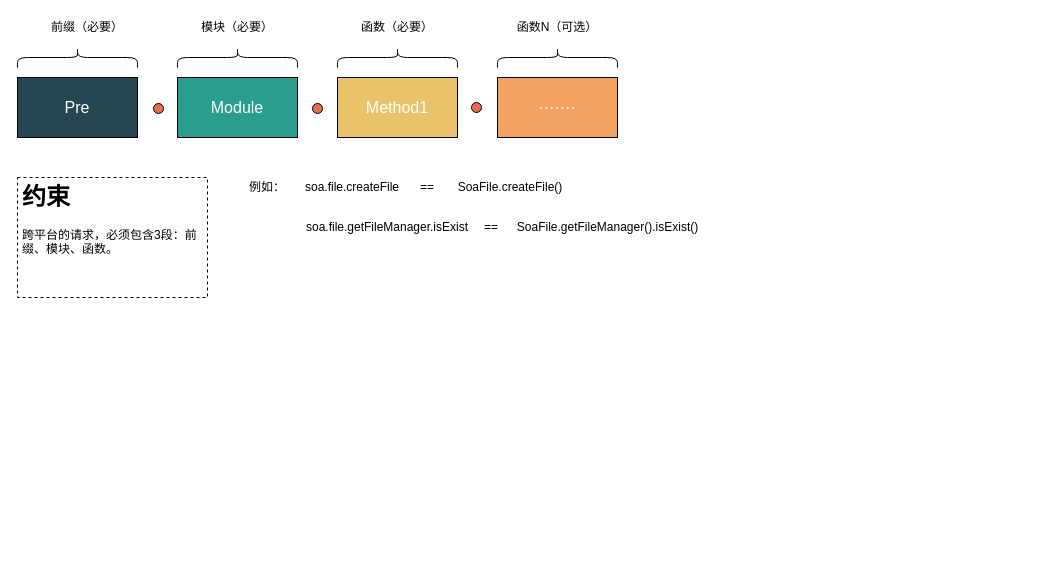
Above: page "第 2 页" (2 of 2) of 未命名绘图.drawio in Dcell/drawio (draw.io), before the change. Source tidied: cells renumbered, new cells numbered last; positions are measured from the earlier drawing's top-left corner, leaving out a move shared by most shapes. Both pictures are drawn from the tidied source at 100%, with x=0, y=0 at pixel (17, 17).
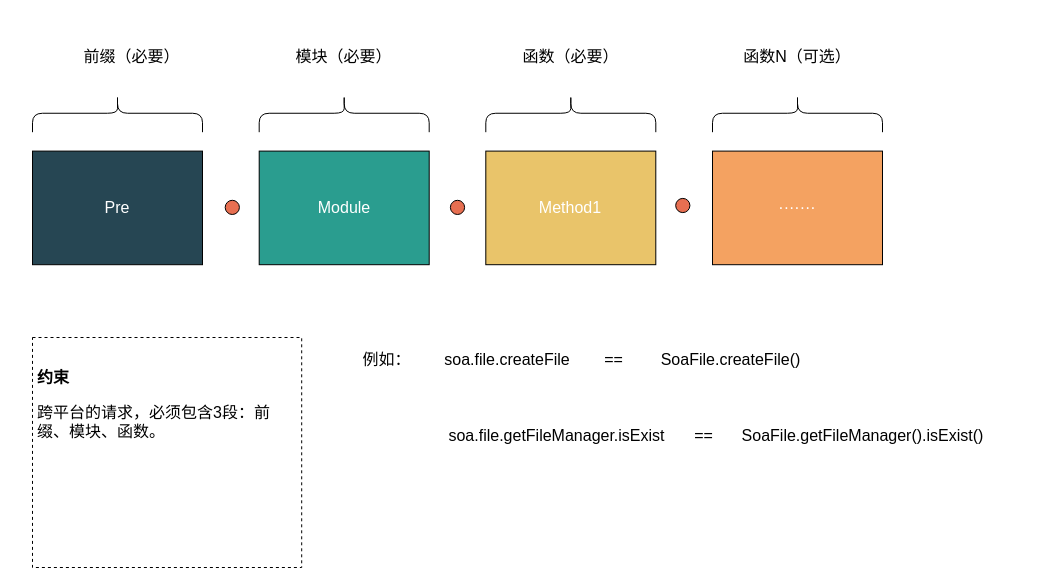
The same diagram, later.

The edit, as a diff of the source:
```diff
@@
+    <mxCell id="25" style="group;fontSize=16;" parent="1" vertex="1">
+      <mxGeometry x="15" y="20" width="990" height="530" as="geometry" />
+    </mxCell>
-    <mxCell id="2" value="&lt;font style=&quot;font-size: 16px&quot;&gt;Pre&lt;/font&gt;" style="text;html=1;align=center;verticalAlign=middle;whiteSpace=wrap;rounded=0;strokeColor=#000000;fillColor=#264653;fontColor=#FFFFFF;" parent="1" vertex="1">
-      <mxGeometry y="60" width="120" height="60" as="geometry" />
+    <mxCell id="2" value="&lt;font style=&quot;font-size: 16px&quot;&gt;Pre&lt;/font&gt;" style="text;html=1;align=center;verticalAlign=middle;whiteSpace=wrap;rounded=0;strokeColor=#000000;fillColor=#264653;fontColor=#FFFFFF;fontSize=16;" parent="25" vertex="1">
+      <mxGeometry y="113.6" width="170" height="113.6" as="geometry" />
     </mxCell>
-    <mxCell id="3" value="&lt;font style=&quot;font-size: 16px&quot;&gt;Module&lt;/font&gt;" style="text;html=1;align=center;verticalAlign=middle;whiteSpace=wrap;rounded=0;strokeColor=#000000;fillColor=#2A9D8F;fontColor=#FFFFFF;" parent="1" vertex="1">
-      <mxGeometry x="160" y="60" width="120" height="60" as="geometry" />
+    <mxCell id="3" value="&lt;font style=&quot;font-size: 16px&quot;&gt;Module&lt;/font&gt;" style="text;html=1;align=center;verticalAlign=middle;whiteSpace=wrap;rounded=0;strokeColor=#000000;fillColor=#2A9D8F;fontColor=#FFFFFF;fontSize=16;" parent="25" vertex="1">
+      <mxGeometry x="226.7" y="113.6" width="170" height="113.6" as="geometry" />
     </mxCell>
-    <mxCell id="4" value="&lt;font style=&quot;font-size: 16px&quot;&gt;Method1&lt;/font&gt;" style="text;html=1;align=center;verticalAlign=middle;whiteSpace=wrap;rounded=0;strokeColor=#000000;fillColor=#E9C46A;fontColor=#FFFFFF;" parent="1" vertex="1">
-      <mxGeometry x="320" y="60" width="120" height="60" as="geometry" />
+    <mxCell id="4" value="&lt;font style=&quot;font-size: 16px&quot;&gt;Method1&lt;/font&gt;" style="text;html=1;align=center;verticalAlign=middle;whiteSpace=wrap;rounded=0;strokeColor=#000000;fillColor=#E9C46A;fontColor=#FFFFFF;fontSize=16;" parent="25" vertex="1">
+      <mxGeometry x="453.3" y="113.6" width="170" height="113.6" as="geometry" />
     </mxCell>
-    <mxCell id="5" value="&lt;font style=&quot;font-size: 16px&quot;&gt;·······&lt;/font&gt;" style="text;html=1;align=center;verticalAlign=middle;whiteSpace=wrap;rounded=0;strokeColor=#000000;fillColor=#F4A261;fontColor=#FFFFFF;" parent="1" vertex="1">
-      <mxGeometry x="480" y="60" width="120" height="60" as="geometry" />
+    <mxCell id="5" value="&lt;font style=&quot;font-size: 16px&quot;&gt;·······&lt;/font&gt;" style="text;html=1;align=center;verticalAlign=middle;whiteSpace=wrap;rounded=0;strokeColor=#000000;fillColor=#F4A261;fontColor=#FFFFFF;fontSize=16;" parent="25" vertex="1">
+      <mxGeometry x="680" y="113.6" width="170" height="113.6" as="geometry" />
     </mxCell>
-    <mxCell id="6" style="ellipse;whiteSpace=wrap;html=1;fontColor=#FFFFFF;strokeColor=#000000;fillColor=#E76F51;" parent="1" vertex="1">
-      <mxGeometry x="136" y="86" width="10" height="10" as="geometry" />
+    <mxCell id="6" style="ellipse;whiteSpace=wrap;html=1;fontColor=#FFFFFF;strokeColor=#000000;fillColor=#E76F51;fontSize=16;" parent="25" vertex="1">
+      <mxGeometry x="192.7" y="162.8" width="14.2" height="14.2" as="geometry" />
     </mxCell>
-    <mxCell id="7" style="ellipse;whiteSpace=wrap;html=1;fontColor=#FFFFFF;strokeColor=#000000;fillColor=#E76F51;" parent="1" vertex="1">
-      <mxGeometry x="295" y="86" width="10" height="10" as="geometry" />
+    <mxCell id="7" style="ellipse;whiteSpace=wrap;html=1;fontColor=#FFFFFF;strokeColor=#000000;fillColor=#E76F51;fontSize=16;" parent="25" vertex="1">
+      <mxGeometry x="417.9" y="162.8" width="14.2" height="14.2" as="geometry" />
     </mxCell>
-    <mxCell id="8" style="ellipse;whiteSpace=wrap;html=1;fontColor=#FFFFFF;strokeColor=#000000;fillColor=#E76F51;" parent="1" vertex="1">
-      <mxGeometry x="454" y="85" width="10" height="10" as="geometry" />
+    <mxCell id="8" style="ellipse;whiteSpace=wrap;html=1;fontColor=#FFFFFF;strokeColor=#000000;fillColor=#E76F51;fontSize=16;" parent="25" vertex="1">
+      <mxGeometry x="643.2" y="160.9" width="14.2" height="14.2" as="geometry" />
     </mxCell>
-    <mxCell id="9" style="shape=curlyBracket;whiteSpace=wrap;html=1;rounded=1;fontColor=#FFFFFF;strokeColor=#000000;fillColor=#E76F51;direction=south;" parent="1" vertex="1">
-      <mxGeometry y="30" width="120" height="20" as="geometry" />
+    <mxCell id="9" style="shape=curlyBracket;whiteSpace=wrap;html=1;rounded=1;fontColor=#FFFFFF;strokeColor=#000000;fillColor=#E76F51;direction=south;fontSize=16;" parent="25" vertex="1">
+      <mxGeometry y="56.8" width="170" height="37.9" as="geometry" />
     </mxCell>
-    <mxCell id="10" value="前缀（必要）" style="text;html=1;strokeColor=none;fillColor=none;align=center;verticalAlign=middle;whiteSpace=wrap;rounded=0;" parent="1" vertex="1">
-      <mxGeometry x="30" width="80" height="20" as="geometry" />
+    <mxCell id="10" value="前缀（必要）" style="text;html=1;strokeColor=none;fillColor=none;align=center;verticalAlign=middle;whiteSpace=wrap;rounded=0;fontSize=16;" parent="25" vertex="1">
+      <mxGeometry x="42.5" width="113.3" height="37.9" as="geometry" />
     </mxCell>
-    <mxCell id="11" style="shape=curlyBracket;whiteSpace=wrap;html=1;rounded=1;fontColor=#FFFFFF;strokeColor=#000000;fillColor=#E76F51;direction=south;" parent="1" vertex="1">
-      <mxGeometry x="160" y="30" width="120" height="20" as="geometry" />
+    <mxCell id="11" style="shape=curlyBracket;whiteSpace=wrap;html=1;rounded=1;fontColor=#FFFFFF;strokeColor=#000000;fillColor=#E76F51;direction=south;fontSize=16;" parent="25" vertex="1">
+      <mxGeometry x="226.7" y="56.8" width="170" height="37.9" as="geometry" />
     </mxCell>
-    <mxCell id="12" value="模块（必要）" style="text;html=1;strokeColor=none;fillColor=none;align=center;verticalAlign=middle;whiteSpace=wrap;rounded=0;" parent="1" vertex="1">
-      <mxGeometry x="180" width="80" height="20" as="geometry" />
+    <mxCell id="12" value="模块（必要）" style="text;html=1;strokeColor=none;fillColor=none;align=center;verticalAlign=middle;whiteSpace=wrap;rounded=0;fontSize=16;" parent="25" vertex="1">
+      <mxGeometry x="255" width="113.3" height="37.9" as="geometry" />
     </mxCell>
-    <mxCell id="13" style="shape=curlyBracket;whiteSpace=wrap;html=1;rounded=1;fontColor=#FFFFFF;strokeColor=#000000;fillColor=#E76F51;direction=south;" parent="1" vertex="1">
-      <mxGeometry x="320" y="30" width="120" height="20" as="geometry" />
+    <mxCell id="13" style="shape=curlyBracket;whiteSpace=wrap;html=1;rounded=1;fontColor=#FFFFFF;strokeColor=#000000;fillColor=#E76F51;direction=south;fontSize=16;" parent="25" vertex="1">
+      <mxGeometry x="453.3" y="56.8" width="170" height="37.9" as="geometry" />
     </mxCell>
-    <mxCell id="14" value="函数（必要）" style="text;html=1;strokeColor=none;fillColor=none;align=center;verticalAlign=middle;whiteSpace=wrap;rounded=0;" parent="1" vertex="1">
-      <mxGeometry x="340" width="80" height="20" as="geometry" />
+    <mxCell id="14" value="函数（必要）" style="text;html=1;strokeColor=none;fillColor=none;align=center;verticalAlign=middle;whiteSpace=wrap;rounded=0;fontSize=16;" parent="25" vertex="1">
+      <mxGeometry x="481.7" width="113.3" height="37.9" as="geometry" />
     </mxCell>
-    <mxCell id="15" style="shape=curlyBracket;whiteSpace=wrap;html=1;rounded=1;fontColor=#FFFFFF;strokeColor=#000000;fillColor=#E76F51;direction=south;" parent="1" vertex="1">
-      <mxGeometry x="480" y="30" width="120" height="20" as="geometry" />
+    <mxCell id="15" style="shape=curlyBracket;whiteSpace=wrap;html=1;rounded=1;fontColor=#FFFFFF;strokeColor=#000000;fillColor=#E76F51;direction=south;fontSize=16;" parent="25" vertex="1">
+      <mxGeometry x="680" y="56.8" width="170" height="37.9" as="geometry" />
     </mxCell>
-    <mxCell id="16" value="函数N（可选）" style="text;html=1;strokeColor=none;fillColor=none;align=center;verticalAlign=middle;whiteSpace=wrap;rounded=0;" parent="1" vertex="1">
-      <mxGeometry x="490" width="100" height="20" as="geometry" />
+    <mxCell id="16" value="函数N（可选）" style="text;html=1;strokeColor=none;fillColor=none;align=center;verticalAlign=middle;whiteSpace=wrap;rounded=0;fontSize=16;" parent="25" vertex="1">
+      <mxGeometry x="694.2" width="141.7" height="37.9" as="geometry" />
     </mxCell>
-    <mxCell id="17" value="&lt;h1&gt;约束&lt;/h1&gt;&lt;p&gt;跨平台的请求，必须包含3段：前缀、模块、函数。&lt;/p&gt;" style="text;html=1;spacing=5;spacingTop=-20;whiteSpace=wrap;overflow=hidden;rounded=0;fontColor=#000000;strokeColor=#000000;dashed=1;" parent="1" vertex="1">
-      <mxGeometry y="160" width="190" height="120" as="geometry" />
+    <mxCell id="17" value="&lt;h1 style=&quot;font-size: 16px&quot;&gt;&lt;br&gt;&lt;/h1&gt;&lt;h1 style=&quot;font-size: 16px&quot;&gt;约束&lt;/h1&gt;&lt;p style=&quot;font-size: 16px&quot;&gt;跨平台的请求，必须包含3段：前缀、模块、函数。&lt;/p&gt;" style="text;html=1;spacing=5;spacingTop=-20;whiteSpace=wrap;overflow=hidden;rounded=0;fontColor=#000000;strokeColor=#000000;dashed=1;fontSize=16;" parent="25" vertex="1">
+      <mxGeometry y="300" width="269.2" height="230" as="geometry" />
     </mxCell>
-    <mxCell id="18" value="例如：" style="text;html=1;strokeColor=none;fillColor=none;align=center;verticalAlign=middle;whiteSpace=wrap;rounded=0;dashed=1;fontColor=#000000;" parent="1" vertex="1">
-      <mxGeometry x="230" y="160" width="40" height="20" as="geometry" />
+    <mxCell id="18" value="例如：" style="text;html=1;strokeColor=none;fillColor=none;align=center;verticalAlign=middle;whiteSpace=wrap;rounded=0;dashed=1;fontColor=#000000;fontSize=16;" parent="25" vertex="1">
+      <mxGeometry x="325.8" y="302.9" width="56.7" height="37.9" as="geometry" />
     </mxCell>
-    <mxCell id="19" value="soa.file.createFile" style="text;html=1;strokeColor=none;fillColor=none;align=center;verticalAlign=middle;whiteSpace=wrap;rounded=0;dashed=1;fontColor=#000000;" parent="1" vertex="1">
-      <mxGeometry x="270" y="160" width="130" height="20" as="geometry" />
+    <mxCell id="19" value="soa.file.createFile" style="text;html=1;strokeColor=none;fillColor=none;align=center;verticalAlign=middle;whiteSpace=wrap;rounded=0;dashed=1;fontColor=#000000;fontSize=16;" parent="25" vertex="1">
+      <mxGeometry x="382.5" y="302.9" width="184.2" height="37.9" as="geometry" />
     </mxCell>
-    <mxCell id="20" value="SoaFile.createFile()" style="text;html=1;strokeColor=none;fillColor=none;align=center;verticalAlign=middle;whiteSpace=wrap;rounded=0;dashed=1;fontColor=#000000;" parent="1" vertex="1">
-      <mxGeometry x="420" y="160" width="146" height="20" as="geometry" />
+    <mxCell id="20" value="SoaFile.createFile()" style="text;html=1;strokeColor=none;fillColor=none;align=center;verticalAlign=middle;whiteSpace=wrap;rounded=0;dashed=1;fontColor=#000000;fontSize=16;" parent="25" vertex="1">
+      <mxGeometry x="595" y="302.9" width="206.8" height="37.9" as="geometry" />
     </mxCell>
-    <mxCell id="21" value="==" style="text;html=1;strokeColor=none;fillColor=none;align=center;verticalAlign=middle;whiteSpace=wrap;rounded=0;dashed=1;fontColor=#000000;" parent="1" vertex="1">
-      <mxGeometry x="390" y="160" width="40" height="20" as="geometry" />
+    <mxCell id="21" value="==" style="text;html=1;strokeColor=none;fillColor=none;align=center;verticalAlign=middle;whiteSpace=wrap;rounded=0;dashed=1;fontColor=#000000;fontSize=16;" parent="25" vertex="1">
+      <mxGeometry x="552.5" y="302.9" width="56.7" height="37.9" as="geometry" />
     </mxCell>
-    <mxCell id="22" value="soa.file.getFileManager.isExist" style="text;html=1;strokeColor=none;fillColor=none;align=center;verticalAlign=middle;whiteSpace=wrap;rounded=0;dashed=1;fontColor=#000000;" parent="1" vertex="1">
-      <mxGeometry x="270" y="200" width="200" height="20" as="geometry" />
+    <mxCell id="22" value="soa.file.getFileManager.isExist" style="text;html=1;strokeColor=none;fillColor=none;align=center;verticalAlign=middle;whiteSpace=wrap;rounded=0;dashed=1;fontColor=#000000;fontSize=16;" parent="25" vertex="1">
+      <mxGeometry x="382.5" y="378.6" width="283.3" height="37.9" as="geometry" />
     </mxCell>
-    <mxCell id="23" value="SoaFile.getFileManager().isExist()" style="text;html=1;align=center;verticalAlign=middle;strokeColor=none;fontColor=#000000;" parent="1" vertex="1">
-      <mxGeometry x="490" y="200" width="200" height="20" as="geometry" />
+    <mxCell id="23" value="SoaFile.getFileManager().isExist()" style="text;html=1;align=center;verticalAlign=middle;strokeColor=none;fontColor=#000000;fontSize=16;" parent="25" vertex="1">
+      <mxGeometry x="699.8" y="387.5" width="260" height="20" as="geometry" />
     </mxCell>
-    <mxCell id="24" value="==" style="text;html=1;strokeColor=none;fillColor=none;align=center;verticalAlign=middle;whiteSpace=wrap;rounded=0;dashed=1;fontColor=#000000;" parent="1" vertex="1">
-      <mxGeometry x="454" y="200" width="40" height="20" as="geometry" />
+    <mxCell id="24" value="==" style="text;html=1;strokeColor=none;fillColor=none;align=center;verticalAlign=middle;whiteSpace=wrap;rounded=0;dashed=1;fontColor=#000000;fontSize=16;" parent="25" vertex="1">
+      <mxGeometry x="643.2" y="378.6" width="56.7" height="37.9" as="geometry" />
     </mxCell>
```
